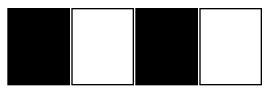
Earlier version of the Graphviz export grafica.png (Dgo45921/IPC2_Proyecto1_202003585). Its source is kept beside it as grafica.dot.
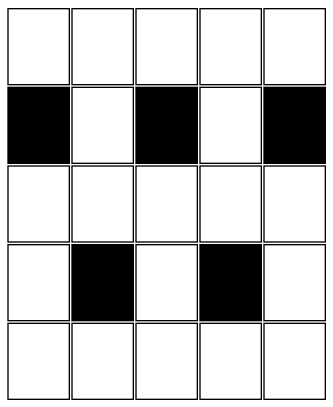
After the change.

The edit, as a diff of the source:
```diff
@@ -3,9 +3,38 @@
  tabla [shape=none, margin=0, label=<
  <TABLE BORDER="0" CELLBORDER="1" CELLSPACING="2.5" CELLPADDING="20">
     <TR>
+ <TD> </TD>
+ <TD> </TD>
+ <TD> </TD>
+ <TD> </TD>
+ <TD> </TD>
+</TR>
+<TR>
+ <TD BGCOLOR="black"> </TD>
+ <TD> </TD>
+ <TD BGCOLOR="black"> </TD>
+ <TD> </TD>
+ <TD BGCOLOR="black"> </TD>
+</TR>
+<TR>
+ <TD> </TD>
+ <TD> </TD>
+ <TD> </TD>
+ <TD> </TD>
+ <TD> </TD>
+</TR>
+<TR>
+ <TD> </TD>
  <TD BGCOLOR="black"> </TD>
  <TD> </TD>
  <TD BGCOLOR="black"> </TD>
  <TD> </TD>
 </TR>
+<TR>
+ <TD> </TD>
+ <TD> </TD>
+ <TD> </TD>
+ <TD> </TD>
+ <TD> </TD>
+</TR>
 </TABLE>>];}
```
